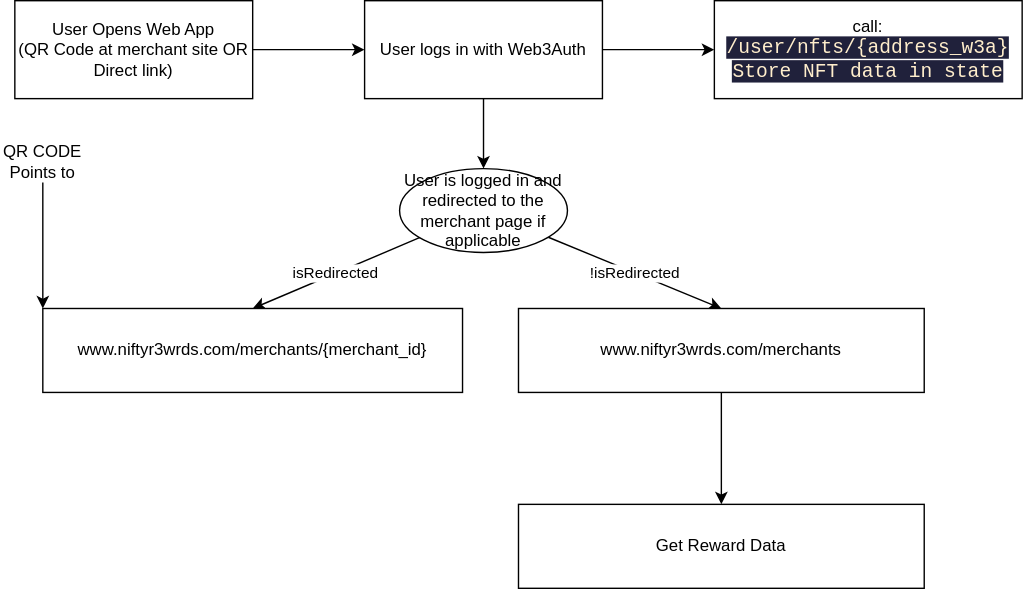
Earlier version of the draw.io export docs/user-redeem-rewards.drawio.svg (NiftyRewards/nifty-rewards-backend). Source tidied: cells renumbered, new cells last; positions are measured from the earlier drawing's top-left corner, leaving out a move shared by most shapes. Source of this version:
```xml
<mxGraphModel>
  <root>
    <mxCell id="0" />
    <mxCell id="1" parent="0" />
    <mxCell id="2" style="edgeStyle=none;html=1;" parent="1" edge="1" source="3" target="6">
      <mxGeometry relative="1" as="geometry" />
    </mxCell>
    <mxCell id="3" value="User Opens Web App&lt;br&gt;(QR Code at merchant site OR Direct link)" style="rounded=0;whiteSpace=wrap;html=1;" parent="1" vertex="1">
      <mxGeometry x="10" width="170" height="70" as="geometry" />
    </mxCell>
    <mxCell id="4" style="edgeStyle=none;html=1;" parent="1" edge="1" source="6" target="9">
      <mxGeometry relative="1" as="geometry" />
    </mxCell>
    <mxCell id="5" style="edgeStyle=none;html=1;" parent="1" edge="1" source="6" target="16">
      <mxGeometry relative="1" as="geometry" />
    </mxCell>
    <mxCell id="6" value="User logs in with Web3Auth" style="rounded=0;whiteSpace=wrap;html=1;" parent="1" vertex="1">
      <mxGeometry x="260" width="170" height="70" as="geometry" />
    </mxCell>
    <mxCell id="7" value="isRedirected" style="edgeStyle=none;html=1;entryX=0.5;entryY=0;entryDx=0;entryDy=0;" parent="1" edge="1" source="9" target="10">
      <mxGeometry relative="1" as="geometry" />
    </mxCell>
    <mxCell id="8" value="!isRedirected" style="edgeStyle=none;html=1;entryX=0.5;entryY=0;entryDx=0;entryDy=0;" parent="1" edge="1" source="9" target="12">
      <mxGeometry relative="1" as="geometry" />
    </mxCell>
    <mxCell id="9" value="User is logged in and redirected to the merchant page if applicable" style="ellipse;whiteSpace=wrap;html=1;rounded=0;" parent="1" vertex="1">
      <mxGeometry x="285" y="120" width="120" height="60" as="geometry" />
    </mxCell>
    <mxCell id="10" value="www.niftyr3wrds.com/merchants/{merchant_id}" style="rounded=0;whiteSpace=wrap;html=1;" parent="1" vertex="1">
      <mxGeometry x="30" y="220" width="300" height="60" as="geometry" />
    </mxCell>
    <mxCell id="11" style="edgeStyle=none;html=1;" parent="1" edge="1" source="12" target="15">
      <mxGeometry relative="1" as="geometry" />
    </mxCell>
    <mxCell id="12" value="www.niftyr3wrds.com/merchants" style="rounded=0;whiteSpace=wrap;html=1;" parent="1" vertex="1">
      <mxGeometry x="370" y="220" width="290" height="60" as="geometry" />
    </mxCell>
    <mxCell id="13" style="edgeStyle=none;html=1;entryX=0;entryY=0;entryDx=0;entryDy=0;" parent="1" edge="1" source="14" target="10">
      <mxGeometry relative="1" as="geometry" />
    </mxCell>
    <mxCell id="14" value="QR CODE Points to" style="text;html=1;strokeColor=none;fillColor=none;align=center;verticalAlign=middle;whiteSpace=wrap;rounded=0;" parent="1" vertex="1">
      <mxGeometry y="100" width="60" height="30" as="geometry" />
    </mxCell>
    <mxCell id="15" value="Get Reward Data&lt;br&gt;" style="rounded=0;whiteSpace=wrap;html=1;" parent="1" vertex="1">
      <mxGeometry x="370" y="360" width="290" height="60" as="geometry" />
    </mxCell>
    <mxCell id="16" value="call:&amp;nbsp;&lt;br&gt;&lt;span style=&quot;color: rgb(255 , 238 , 204) ; background-color: rgb(32 , 33 , 59) ; font-family: &amp;#34;consolas&amp;#34; , &amp;#34;courier new&amp;#34; , monospace ; font-size: 14px&quot;&gt;/user/nfts/{address_w3a}&lt;br&gt;Store NFT data in state&lt;br&gt;&lt;/span&gt;" style="rounded=0;whiteSpace=wrap;html=1;" parent="1" vertex="1">
      <mxGeometry x="510" width="220" height="70" as="geometry" />
    </mxCell>
  </root>
</mxGraphModel>
```
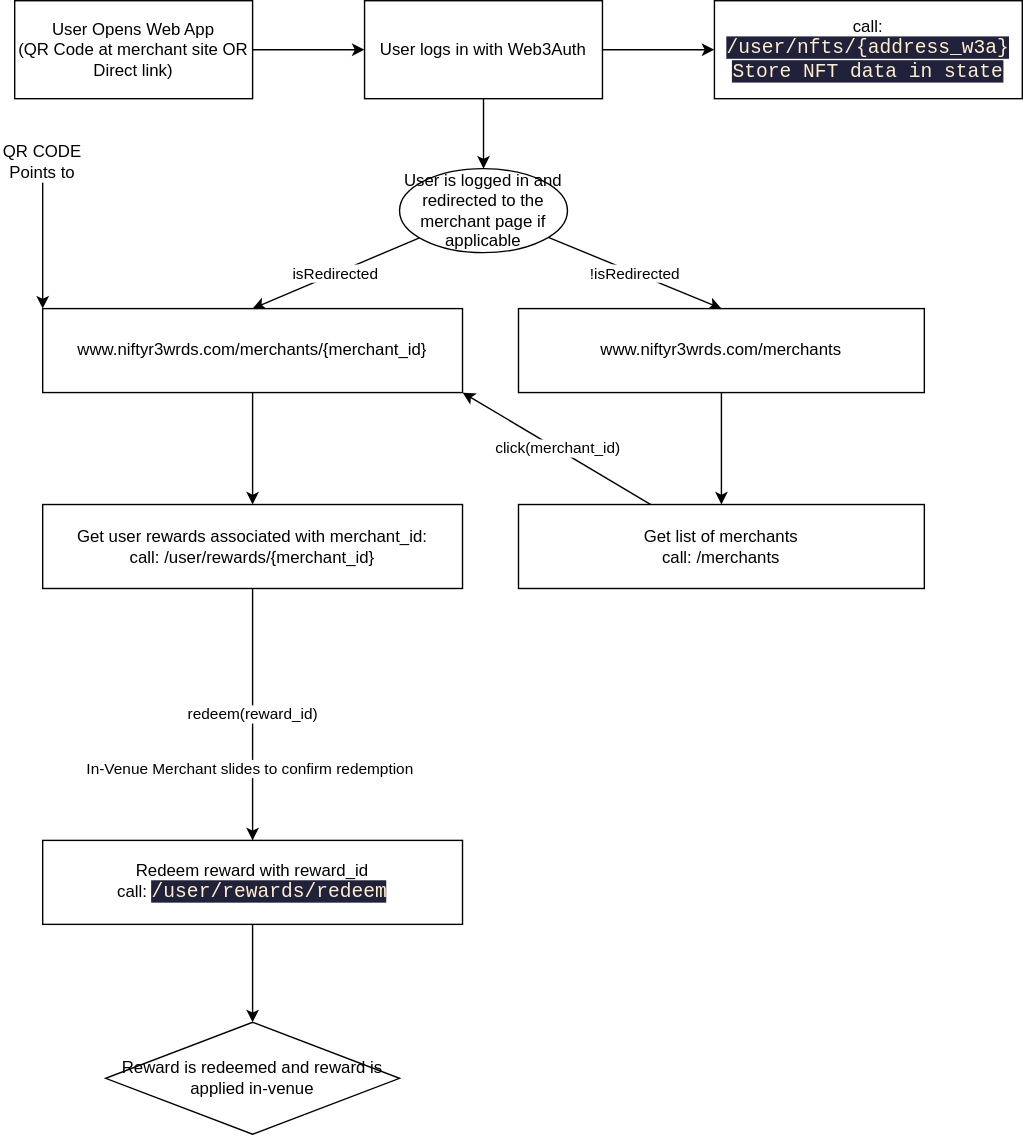
Later version of the same file.

Commit message:
docs: Add User Flows

What changed in the source:
```diff
@@ -26,6 +26,9 @@
     <mxCell id="9" value="User is logged in and redirected to the merchant page if applicable" style="ellipse;whiteSpace=wrap;html=1;rounded=0;" parent="1" vertex="1">
       <mxGeometry x="285" y="120" width="120" height="60" as="geometry" />
     </mxCell>
+    <mxCell id="17" style="edgeStyle=none;html=1;" parent="1" edge="1" source="10" target="21">
+      <mxGeometry relative="1" as="geometry" />
+    </mxCell>
     <mxCell id="10" value="www.niftyr3wrds.com/merchants/{merchant_id}" style="rounded=0;whiteSpace=wrap;html=1;" parent="1" vertex="1">
       <mxGeometry x="30" y="220" width="300" height="60" as="geometry" />
     </mxCell>
@@ -41,11 +44,32 @@
     <mxCell id="14" value="QR CODE Points to" style="text;html=1;strokeColor=none;fillColor=none;align=center;verticalAlign=middle;whiteSpace=wrap;rounded=0;" parent="1" vertex="1">
       <mxGeometry y="100" width="60" height="30" as="geometry" />
     </mxCell>
+    <mxCell id="18" value="click(merchant_id)" style="edgeStyle=none;html=1;entryX=1;entryY=1;entryDx=0;entryDy=0;" parent="1" edge="1" source="15" target="10">
+      <mxGeometry relative="1" as="geometry" />
+    </mxCell>
-    <mxCell id="15" value="Get Reward Data&lt;br&gt;" style="rounded=0;whiteSpace=wrap;html=1;" parent="1" vertex="1">
+    <mxCell id="15" value="Get list of merchants&lt;br&gt;call: /merchants" style="rounded=0;whiteSpace=wrap;html=1;" parent="1" vertex="1">
       <mxGeometry x="370" y="360" width="290" height="60" as="geometry" />
     </mxCell>
     <mxCell id="16" value="call:&amp;nbsp;&lt;br&gt;&lt;span style=&quot;color: rgb(255 , 238 , 204) ; background-color: rgb(32 , 33 , 59) ; font-family: &amp;#34;consolas&amp;#34; , &amp;#34;courier new&amp;#34; , monospace ; font-size: 14px&quot;&gt;/user/nfts/{address_w3a}&lt;br&gt;Store NFT data in state&lt;br&gt;&lt;/span&gt;" style="rounded=0;whiteSpace=wrap;html=1;" parent="1" vertex="1">
       <mxGeometry x="510" width="220" height="70" as="geometry" />
     </mxCell>
+    <mxCell id="19" value="redeem(reward_id)" style="edgeStyle=none;html=1;" parent="1" edge="1" source="21" target="23">
+      <mxGeometry relative="1" as="geometry" />
+    </mxCell>
+    <mxCell id="20" value="In-Venue Merchant slides to confirm redemption" style="edgeLabel;html=1;align=center;verticalAlign=middle;" parent="19" vertex="1">
+      <mxGeometry x="0.42" y="-3" relative="1" as="geometry" />
+    </mxCell>
+    <mxCell id="21" value="Get user rewards associated with merchant_id:&lt;br&gt;call: /user/rewards/{merchant_id}" style="rounded=0;whiteSpace=wrap;html=1;" parent="1" vertex="1">
+      <mxGeometry x="30" y="360" width="300" height="60" as="geometry" />
+    </mxCell>
+    <mxCell id="22" style="edgeStyle=none;html=1;" parent="1" edge="1" source="23" target="24">
+      <mxGeometry relative="1" as="geometry" />
+    </mxCell>
+    <mxCell id="23" value="Redeem reward with reward_id&lt;br&gt;call:&amp;nbsp;&lt;span style=&quot;color: rgb(255 , 238 , 204) ; background-color: rgb(32 , 33 , 59) ; font-family: &amp;#34;consolas&amp;#34; , &amp;#34;courier new&amp;#34; , monospace ; font-size: 14px&quot;&gt;/user/rewards/redeem&lt;/span&gt;" style="rounded=0;whiteSpace=wrap;html=1;" parent="1" vertex="1">
+      <mxGeometry x="30" y="600" width="300" height="60" as="geometry" />
+    </mxCell>
+    <mxCell id="24" value="Reward is redeemed and reward is applied in-venue" style="rhombus;whiteSpace=wrap;html=1;rounded=0;" parent="1" vertex="1">
+      <mxGeometry x="75" y="730" width="210" height="80" as="geometry" />
+    </mxCell>
   </root>
 </mxGraphModel>
```
